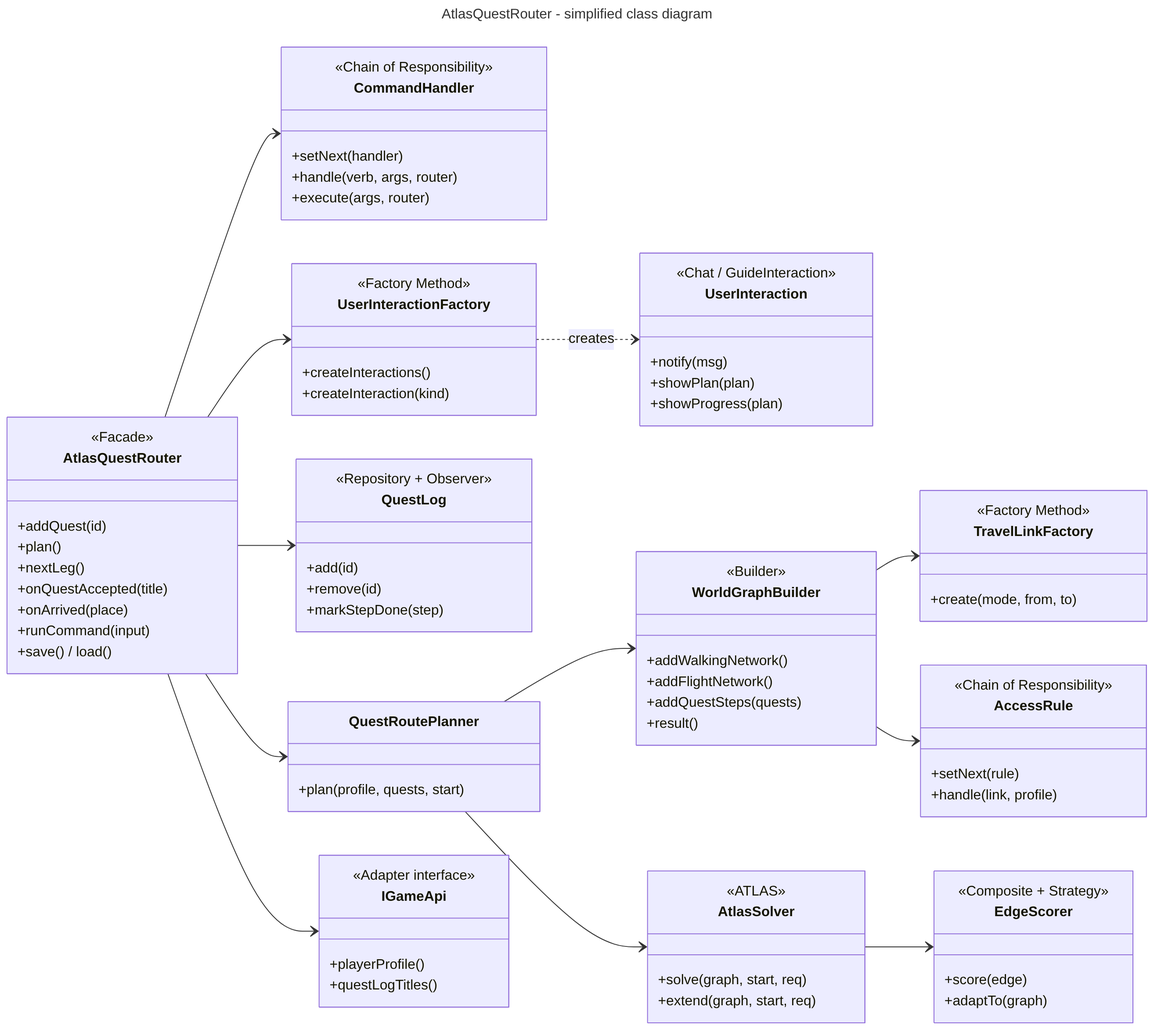
Qanoo-Taweel/wow-atlas-quest-router keeps this Mermaid diagram as docs/diagrams/class-diagram-simplified.png. Above is the earlier version. Its source is kept beside it as docs/diagrams/class-diagram-simplified.mmd.
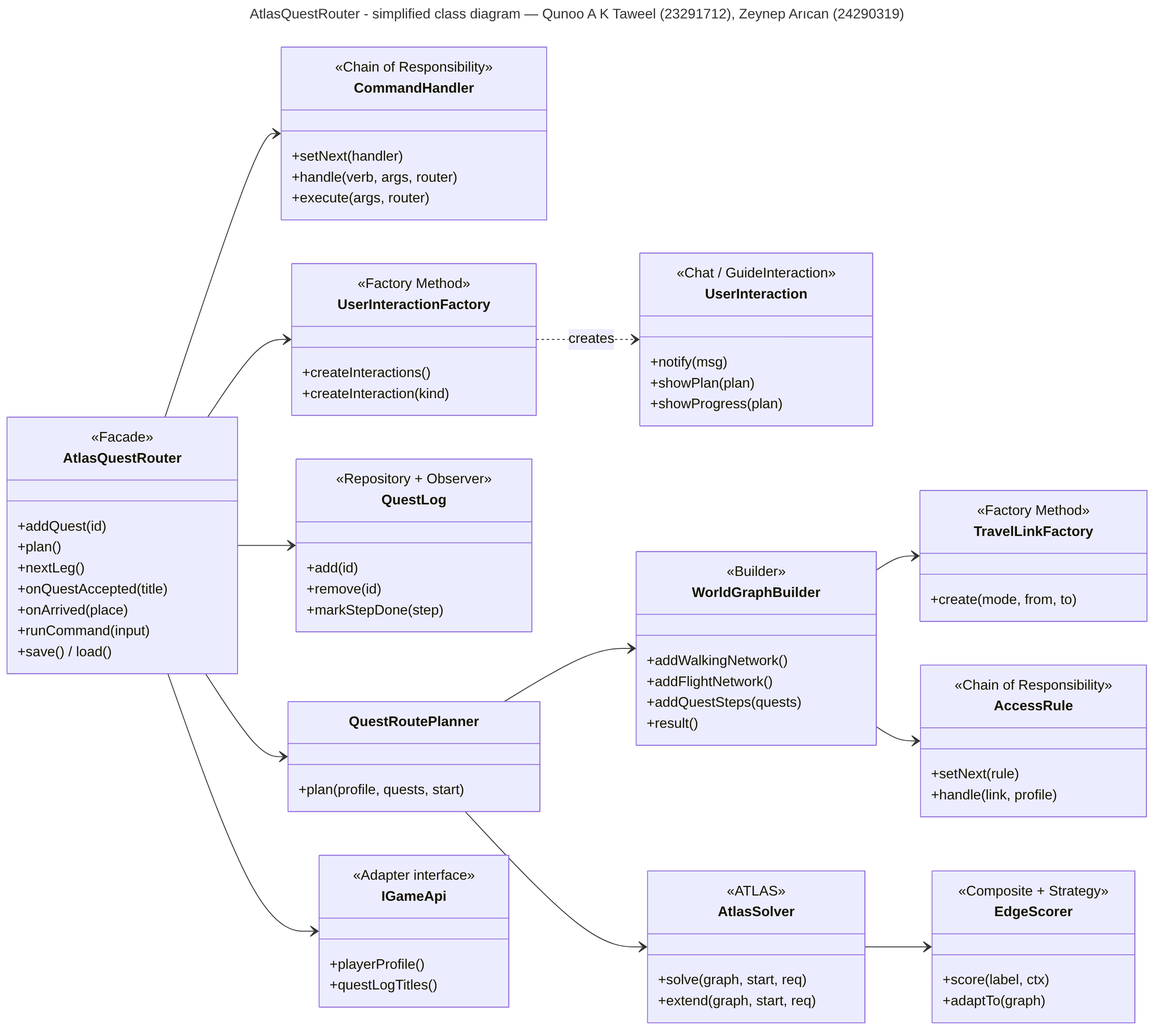
The same diagram one commit later.

The edit, as a diff of the source:
```diff
@@ -1,5 +1,5 @@
 ---
-title: AtlasQuestRouter - simplified class diagram
+title: AtlasQuestRouter - simplified class diagram — Qunoo A K Taweel (23291712), Zeynep Arıcan (24290319)
 ---
 classDiagram
 direction LR
@@ -62,7 +62,7 @@
 }
 class EdgeScorer {
   <<Composite + Strategy>>
-  +score(edge)
+  +score(label, ctx)
   +adaptTo(graph)
 }
 class IGameApi {
```
